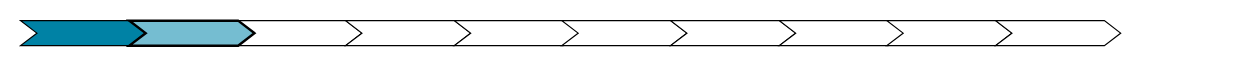
Before: page "meeting_types" (3 of 13) of content/modules/tour_guide/assets/images/progress_bar_simple.drawio in asam-ev/asam-project-guide-content, a draw.io diagram. Source tidied: cells renumbered, new cells numbered last; positions are measured from the earlier drawing's top-left corner, leaving out a move shared by most shapes. Both pictures are drawn from the tidied source at 125%, with x=0, y=0 at pixel (20, 20).
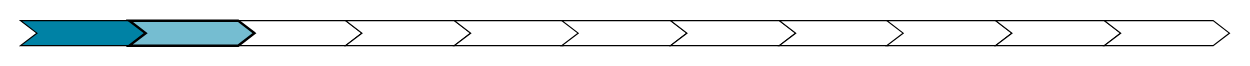
The same page after the edit.

The edit, as a diff of the source:
```diff
@@
 <mxGraphModel>
   <root>
     <mxCell id="0" />
     <mxCell id="1" parent="0" />
     <mxCell id="2" style="shape=step;perimeter=stepPerimeter;whiteSpace=wrap;html=1;fixedSize=1;fontStyle=1;strokeWidth=1;fillColor=#0082A5;size=13;" parent="1" vertex="1">
       <mxGeometry width="100" height="20" as="geometry" />
     </mxCell>
     <mxCell id="3" style="shape=step;perimeter=stepPerimeter;whiteSpace=wrap;html=1;fixedSize=1;fontStyle=1;strokeWidth=1;size=13;" parent="1" vertex="1">
       <mxGeometry x="173" width="100" height="20" as="geometry" />
     </mxCell>
     <mxCell id="4" style="shape=step;perimeter=stepPerimeter;whiteSpace=wrap;html=1;fixedSize=1;fontStyle=1;strokeWidth=1;size=13;" parent="1" vertex="1">
       <mxGeometry x="260" width="100" height="20" as="geometry" />
     </mxCell>
     <mxCell id="5" style="shape=step;perimeter=stepPerimeter;whiteSpace=wrap;html=1;fixedSize=1;fontStyle=1;strokeWidth=1;size=13;" parent="1" vertex="1">
       <mxGeometry x="347" width="100" height="20" as="geometry" />
     </mxCell>
     <mxCell id="6" style="shape=step;perimeter=stepPerimeter;whiteSpace=wrap;html=1;fixedSize=1;fontStyle=1;strokeWidth=1;size=13;" parent="1" vertex="1">
       <mxGeometry x="433" width="100" height="20" as="geometry" />
     </mxCell>
     <mxCell id="7" style="shape=step;perimeter=stepPerimeter;whiteSpace=wrap;html=1;fixedSize=1;fontStyle=1;strokeWidth=1;size=13;" parent="1" vertex="1">
       <mxGeometry x="520" width="100" height="20" as="geometry" />
     </mxCell>
     <mxCell id="8" style="shape=step;perimeter=stepPerimeter;whiteSpace=wrap;html=1;fixedSize=1;fontStyle=1;strokeWidth=1;size=13;" parent="1" vertex="1">
       <mxGeometry x="607" width="100" height="20" as="geometry" />
     </mxCell>
     <mxCell id="9" style="shape=step;perimeter=stepPerimeter;whiteSpace=wrap;html=1;fixedSize=1;fontStyle=1;strokeWidth=1;size=13;" parent="1" vertex="1">
       <mxGeometry x="693" width="100" height="20" as="geometry" />
     </mxCell>
     <mxCell id="10" style="shape=step;perimeter=stepPerimeter;whiteSpace=wrap;html=1;fixedSize=1;fontStyle=1;strokeWidth=2;size=13;fillColor=#75BDD1;" parent="1" vertex="1">
       <mxGeometry x="87" width="100" height="20" as="geometry" />
     </mxCell>
     <mxCell id="11" style="shape=step;perimeter=stepPerimeter;whiteSpace=wrap;html=1;fixedSize=1;fontStyle=1;strokeWidth=1;size=13;" parent="1" vertex="1">
       <mxGeometry x="780" width="100" height="20" as="geometry" />
     </mxCell>
+    <mxCell id="12" style="shape=step;perimeter=stepPerimeter;whiteSpace=wrap;html=1;fixedSize=1;fontStyle=1;strokeWidth=1;size=13;" parent="1" vertex="1">
+      <mxGeometry x="867" width="100" height="20" as="geometry" />
+    </mxCell>
   </root>
 </mxGraphModel>
```
